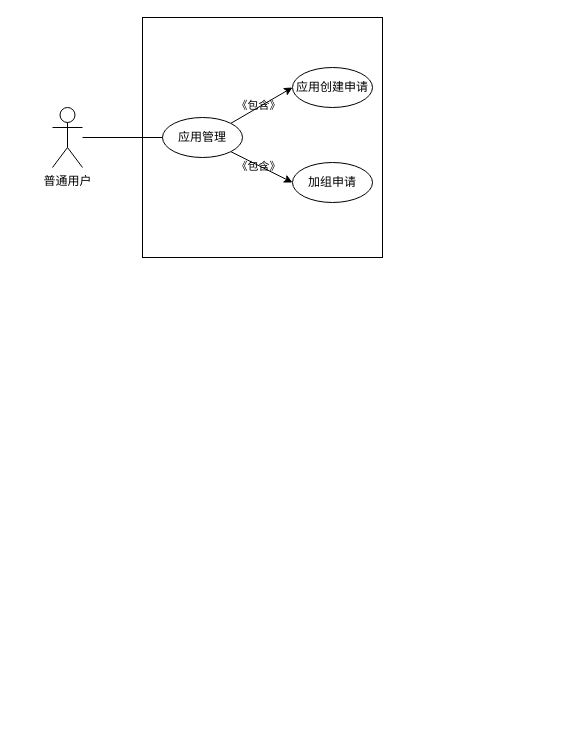
Above: Untitled Diagram.drawio in Sequin-hdd/COINFO (draw.io), before the change. Source tidied: cells renumbered, new cells numbered last; positions are measured from the earlier drawing's top-left corner, leaving out a move shared by most shapes. Both pictures are drawn from the tidied source at 100%, with x=0, y=0 at pixel (52, 17).
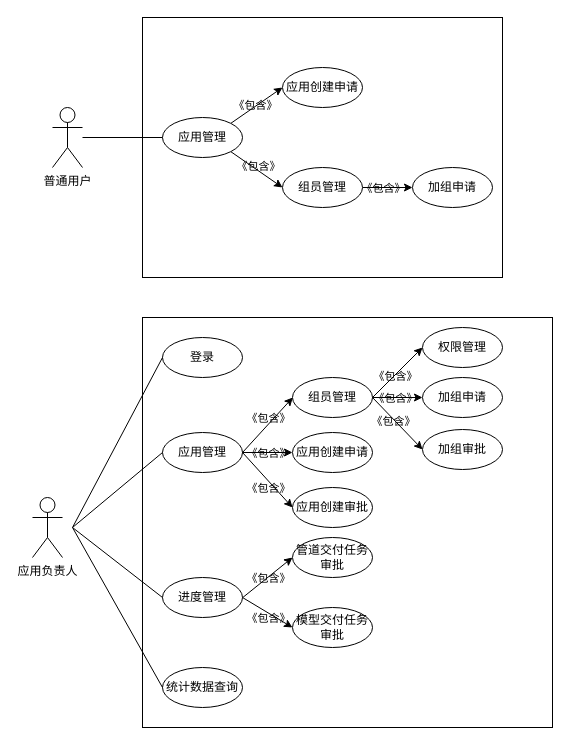
Above is the later version.

The change refers to these unchanged cells:
```xml
<mxCell id="7" value="应用管理" style="ellipse;whiteSpace=wrap;html=1;" parent="1" vertex="1">
  <mxGeometry x="110" y="100" width="80" height="40" as="geometry" />
</mxCell>
```

What changed in the source:
```diff
@@
     <mxCell id="2" style="whiteSpace=wrap;html=1;" parent="1" vertex="1">
-      <mxGeometry x="90" width="240" height="240" as="geometry" />
+      <mxGeometry x="90" width="360" height="260" as="geometry" />
     </mxCell>
@@
-    <mxCell id="6" style="edgeStyle=none;rounded=0;jettySize=auto;html=1;exitX=1;exitY=1;exitDx=0;exitDy=0;entryX=0;entryY=0.5;entryDx=0;entryDy=0;" parent="1" edge="1" source="7" target="9">
+    <mxCell id="6" style="edgeStyle=none;rounded=0;jettySize=auto;html=1;exitX=1;exitY=1;exitDx=0;exitDy=0;entryX=0;entryY=0.5;entryDx=0;entryDy=0;" parent="1" edge="1" source="7" target="45">
       <mxGeometry relative="1" as="geometry" />
     </mxCell>
@@
     <mxCell id="8" value="应用创建申请" style="ellipse;whiteSpace=wrap;html=1;" parent="1" vertex="1">
-      <mxGeometry x="240" y="50" width="80" height="40" as="geometry" />
+      <mxGeometry x="230" y="50" width="80" height="40" as="geometry" />
     </mxCell>
     <mxCell id="9" value="加组申请" style="ellipse;whiteSpace=wrap;html=1;" parent="1" vertex="1">
-      <mxGeometry x="240" y="145" width="80" height="40" as="geometry" />
+      <mxGeometry x="360" y="150" width="80" height="40" as="geometry" />
     </mxCell>
@@
+    <mxCell id="12" value="应用负责人" style="shape=umlActor;verticalLabelPosition=bottom;verticalAlign=top;html=1;labelBackgroundColor=none;" parent="1" vertex="1">
+      <mxGeometry x="-20" y="480" width="30" height="60" as="geometry" />
+    </mxCell>
+    <mxCell id="13" style="whiteSpace=wrap;html=1;labelBackgroundColor=none;" parent="1" vertex="1">
+      <mxGeometry x="90" y="300" width="410" height="410" as="geometry" />
+    </mxCell>
+    <mxCell id="14" value="应用管理" style="ellipse;whiteSpace=wrap;html=1;" parent="1" vertex="1">
+      <mxGeometry x="110" y="415" width="80" height="40" as="geometry" />
+    </mxCell>
+    <mxCell id="15" style="edgeStyle=none;rounded=0;jettySize=auto;html=1;" parent="1" edge="1" source="16" target="47">
+      <mxGeometry relative="1" as="geometry" />
+    </mxCell>
+    <mxCell id="16" value="组员管理" style="ellipse;whiteSpace=wrap;html=1;" parent="1" vertex="1">
+      <mxGeometry x="240" y="360" width="80" height="40" as="geometry" />
+    </mxCell>
+    <mxCell id="17" value="应用创建申请" style="ellipse;whiteSpace=wrap;html=1;" parent="1" vertex="1">
+      <mxGeometry x="240" y="415" width="80" height="40" as="geometry" />
+    </mxCell>
+    <mxCell id="18" value="统计数据查询" style="ellipse;whiteSpace=wrap;html=1;" parent="1" vertex="1">
+      <mxGeometry x="110" y="650" width="80" height="40" as="geometry" />
+    </mxCell>
+    <mxCell id="19" value="权限管理" style="ellipse;whiteSpace=wrap;html=1;" parent="1" vertex="1">
+      <mxGeometry x="370" y="310" width="80" height="40" as="geometry" />
+    </mxCell>
+    <mxCell id="20" value="加组审批" style="ellipse;whiteSpace=wrap;html=1;" parent="1" vertex="1">
+      <mxGeometry x="370" y="412" width="80" height="40" as="geometry" />
+    </mxCell>
+    <mxCell id="21" value="应用创建审批" style="ellipse;whiteSpace=wrap;html=1;" parent="1" vertex="1">
+      <mxGeometry x="240" y="470" width="80" height="40" as="geometry" />
+    </mxCell>
+    <mxCell id="22" value="登录" style="ellipse;whiteSpace=wrap;html=1;" parent="1" vertex="1">
+      <mxGeometry x="110" y="320" width="80" height="40" as="geometry" />
+    </mxCell>
+    <mxCell id="23" value="进度管理" style="ellipse;whiteSpace=wrap;html=1;" parent="1" vertex="1">
+      <mxGeometry x="110" y="560" width="80" height="40" as="geometry" />
+    </mxCell>
+    <mxCell id="24" value="管道交付任务审批" style="ellipse;whiteSpace=wrap;html=1;" parent="1" vertex="1">
+      <mxGeometry x="240" y="520" width="80" height="40" as="geometry" />
+    </mxCell>
+    <mxCell id="25" value="模型交付任务审批" style="ellipse;whiteSpace=wrap;html=1;" parent="1" vertex="1">
+      <mxGeometry x="240" y="590" width="80" height="40" as="geometry" />
+    </mxCell>
+    <mxCell id="26" style="endArrow=none;html=1;entryX=0;entryY=0.5;entryDx=0;entryDy=0;" parent="1" edge="1" target="22">
+      <mxGeometry relative="1" as="geometry">
+        <mxPoint x="20" y="510" as="sourcePoint" />
+      </mxGeometry>
+    </mxCell>
+    <mxCell id="27" style="endArrow=none;html=1;entryX=0;entryY=0.5;entryDx=0;entryDy=0;" parent="1" edge="1" target="14">
+      <mxGeometry relative="1" as="geometry">
+        <mxPoint x="20" y="510" as="sourcePoint" />
+      </mxGeometry>
+    </mxCell>
+    <mxCell id="28" style="endArrow=none;html=1;entryX=0;entryY=0.5;entryDx=0;entryDy=0;" parent="1" edge="1" target="23">
+      <mxGeometry relative="1" as="geometry">
+        <mxPoint x="20" y="510" as="sourcePoint" />
+      </mxGeometry>
+    </mxCell>
+    <mxCell id="29" style="endArrow=none;html=1;exitX=0;exitY=0.5;exitDx=0;exitDy=0;" parent="1" edge="1" source="18">
+      <mxGeometry relative="1" as="geometry">
+        <mxPoint x="20" y="510" as="targetPoint" />
+      </mxGeometry>
+    </mxCell>
+    <mxCell id="30" style="endArrow=classic;html=1;exitX=1;exitY=0.5;exitDx=0;exitDy=0;" parent="1" edge="1" source="14">
+      <mxGeometry relative="1" as="geometry">
+        <mxPoint x="240.3" y="380" as="targetPoint" />
+      </mxGeometry>
+    </mxCell>
+    <mxCell id="31" style="endArrow=classic;html=1;entryX=0;entryY=0.5;entryDx=0;entryDy=0;exitX=1;exitY=0.5;exitDx=0;exitDy=0;" parent="1" edge="1" source="14" target="17">
+      <mxGeometry relative="1" as="geometry" />
+    </mxCell>
+    <mxCell id="32" style="endArrow=classic;html=1;entryX=0;entryY=0.5;entryDx=0;entryDy=0;exitX=1;exitY=0.5;exitDx=0;exitDy=0;" parent="1" edge="1" source="14" target="21">
+      <mxGeometry relative="1" as="geometry" />
+    </mxCell>
+    <mxCell id="33" style="endArrow=classic;html=1;entryX=0;entryY=0.5;entryDx=0;entryDy=0;" parent="1" edge="1" target="24">
+      <mxGeometry relative="1" as="geometry">
+        <mxPoint x="190.3" y="580" as="sourcePoint" />
+      </mxGeometry>
+    </mxCell>
+    <mxCell id="34" style="endArrow=classic;html=1;entryX=0;entryY=0.5;entryDx=0;entryDy=0;" parent="1" edge="1" target="25">
+      <mxGeometry relative="1" as="geometry">
+        <mxPoint x="190" y="580" as="sourcePoint" />
+      </mxGeometry>
+    </mxCell>
+    <mxCell id="35" style="endArrow=classic;html=1;entryX=0;entryY=0.5;entryDx=0;entryDy=0;" parent="1" edge="1" target="19">
+      <mxGeometry relative="1" as="geometry">
+        <mxPoint x="320" y="380" as="sourcePoint" />
+      </mxGeometry>
+    </mxCell>
+    <mxCell id="36" style="endArrow=classic;html=1;entryX=0;entryY=0.5;entryDx=0;entryDy=0;" parent="1" edge="1" target="20">
+      <mxGeometry relative="1" as="geometry">
+        <mxPoint x="320" y="380" as="sourcePoint" />
+      </mxGeometry>
+    </mxCell>
+    <mxCell id="37" value="《包含》" style="edgeLabel;html=1;align=center;verticalAlign=middle;labelBackgroundColor=none;" parent="1" vertex="1">
+      <mxGeometry x="215.3" y="400" as="geometry" />
+    </mxCell>
+    <mxCell id="38" value="《包含》" style="edgeLabel;html=1;align=center;verticalAlign=middle;labelBackgroundColor=none;" parent="1" vertex="1">
+      <mxGeometry x="215.3" y="435" as="geometry" />
+    </mxCell>
+    <mxCell id="39" value="《包含》" style="edgeLabel;html=1;align=center;verticalAlign=middle;labelBackgroundColor=none;" parent="1" vertex="1">
+      <mxGeometry x="215.3" y="470" as="geometry" />
+    </mxCell>
+    <mxCell id="40" value="《包含》" style="edgeLabel;html=1;align=center;verticalAlign=middle;labelBackgroundColor=none;" parent="1" vertex="1">
+      <mxGeometry x="342" y="358" as="geometry" />
+    </mxCell>
+    <mxCell id="41" value="《包含》" style="edgeLabel;html=1;align=center;verticalAlign=middle;labelBackgroundColor=none;" parent="1" vertex="1">
+      <mxGeometry x="340" y="403" as="geometry" />
+    </mxCell>
+    <mxCell id="42" value="《包含》" style="edgeLabel;html=1;align=center;verticalAlign=middle;labelBackgroundColor=none;" parent="1" vertex="1">
+      <mxGeometry x="215.3" y="560" as="geometry" />
+    </mxCell>
+    <mxCell id="43" value="《包含》" style="edgeLabel;html=1;align=center;verticalAlign=middle;labelBackgroundColor=none;" parent="1" vertex="1">
+      <mxGeometry x="215.3" y="600" as="geometry" />
+    </mxCell>
+    <mxCell id="44" style="edgeStyle=none;rounded=0;jettySize=auto;html=1;exitX=1;exitY=0.5;exitDx=0;exitDy=0;entryX=0;entryY=0.5;entryDx=0;entryDy=0;" parent="1" edge="1" source="45" target="9">
+      <mxGeometry relative="1" as="geometry" />
+    </mxCell>
+    <mxCell id="45" value="组员管理" style="ellipse;whiteSpace=wrap;html=1;" parent="1" vertex="1">
+      <mxGeometry x="230" y="150" width="80" height="40" as="geometry" />
+    </mxCell>
+    <mxCell id="46" value="《包含》" style="edgeLabel;html=1;align=center;verticalAlign=middle;labelBackgroundColor=none;" parent="1" vertex="1">
+      <mxGeometry x="330" y="170" as="geometry" />
+    </mxCell>
+    <mxCell id="47" value="加组申请" style="ellipse;whiteSpace=wrap;html=1;" parent="1" vertex="1">
+      <mxGeometry x="370" y="360" width="80" height="40" as="geometry" />
+    </mxCell>
+    <mxCell id="48" value="《包含》" style="edgeLabel;html=1;align=center;verticalAlign=middle;labelBackgroundColor=none;" parent="1" vertex="1">
+      <mxGeometry x="342" y="380" as="geometry" />
+    </mxCell>
```
